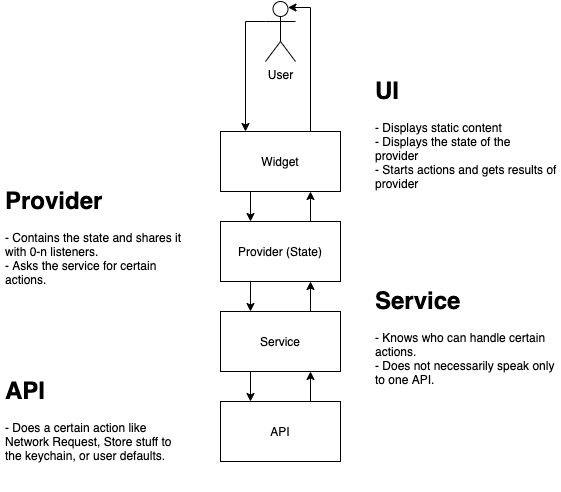
Before: structure.png, a diagram exported from draw.io (Brudus/Diagrams). Source tidied: cells renumbered, new cells last; positions are measured from the earlier drawing's top-left corner, leaving out a move shared by most shapes.
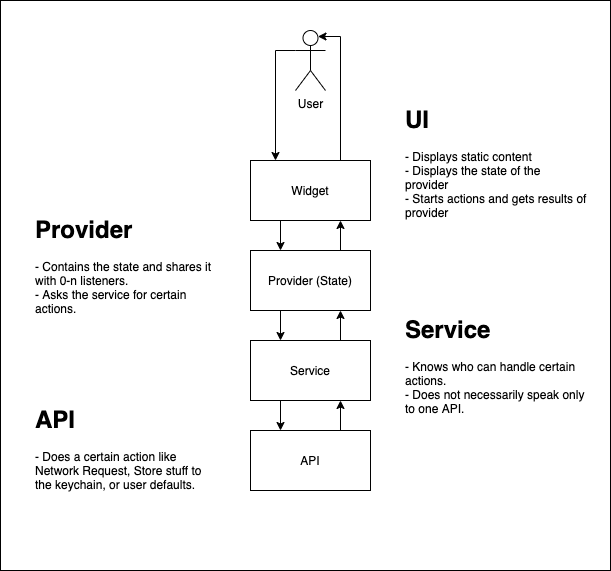
The same file after the commit.

Diff of the diagram source:
```diff
@@ -2,6 +2,9 @@
   <root>
     <mxCell id="0" />
     <mxCell id="1" parent="0" />
+    <mxCell id="19" style="rounded=0;whiteSpace=wrap;html=1;" parent="1" vertex="1">
+      <mxGeometry x="-30" y="-30" width="610" height="570" as="geometry" />
+    </mxCell>
     <mxCell id="2" style="edgeStyle=orthogonalEdgeStyle;rounded=0;jettySize=auto;html=1;entryX=0.75;entryY=0.1;entryDx=0;entryDy=0;entryPerimeter=0;" parent="1" edge="1" source="3" target="8">
       <mxGeometry relative="1" as="geometry">
         <Array as="points">
```
